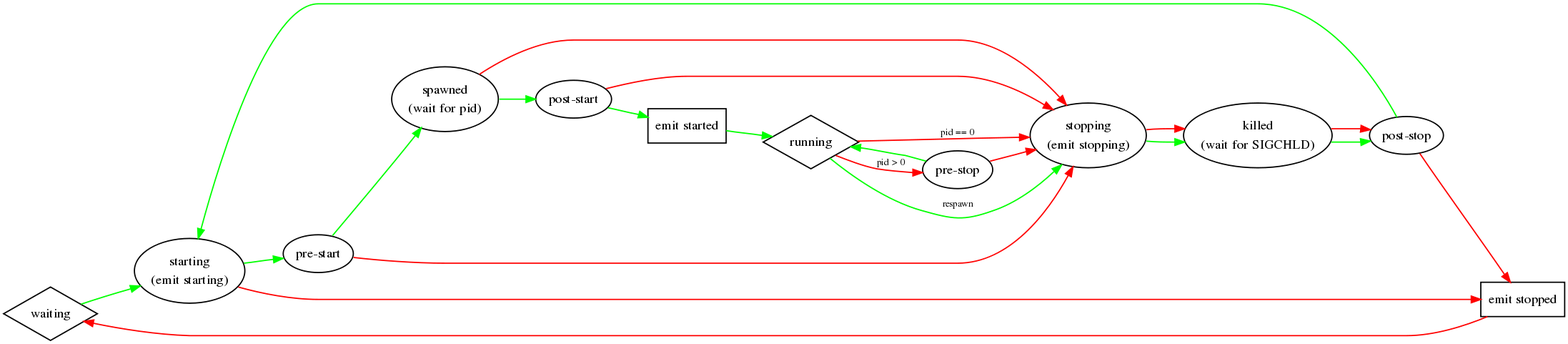
Above: doc/states.png in ubports/upstart (Graphviz), before the change. Its source is kept beside it as doc/states.dot.
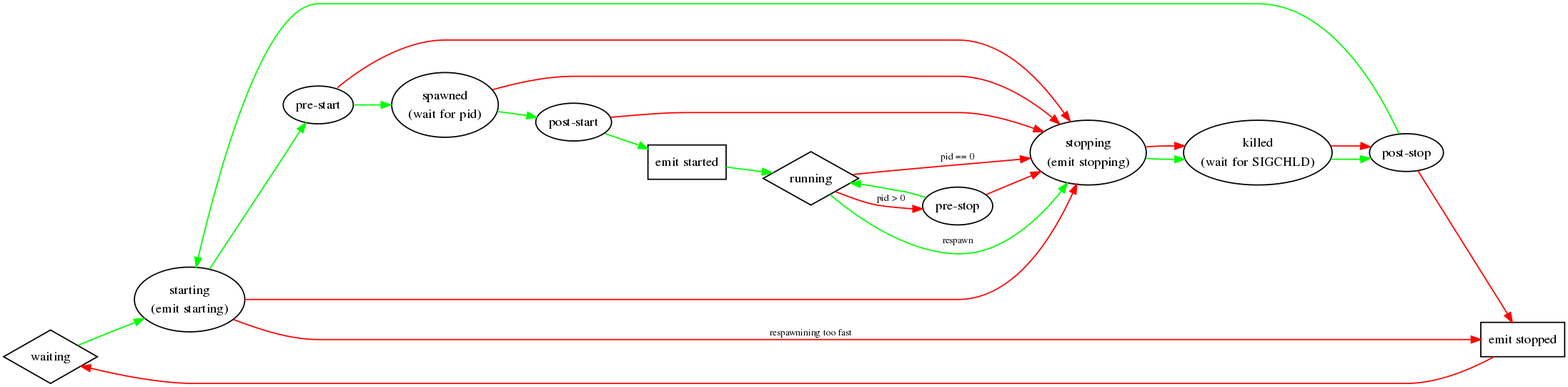
The same diagram one commit later.

What changed in the source:
```diff
@@ -38,7 +38,8 @@
 
 	waiting -> starting [color=green];
 	starting -> pre_start [color=green];
-	starting -> emit_stopped [color=red];
+	starting -> emit_stopped [color=red,label="respawnining too fast"];
+	starting -> stopping [color=red];
 	pre_start -> spawned [color=green];
 	pre_start -> stopping [color=red];
 	spawned -> post_start [color=green];
```
